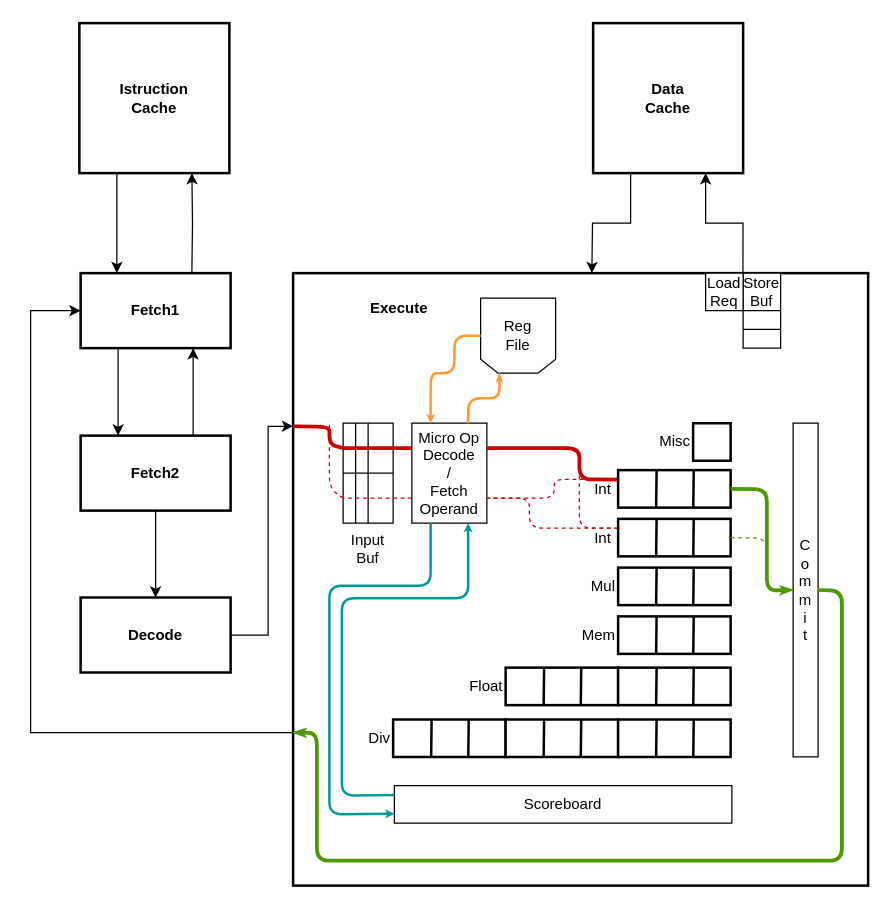
The90Frank/MinorArmAnalyzer keeps this draw.io diagram as Diagrammi/MinorArmBranchOp.drawio. Above is the earlier version. Source tidied: cells renumbered, new cells numbered last; positions are measured from the earlier drawing's top-left corner, leaving out a move shared by most shapes. Both pictures are drawn from the tidied source at 125%, with x=0, y=0 at pixel (30, 22).
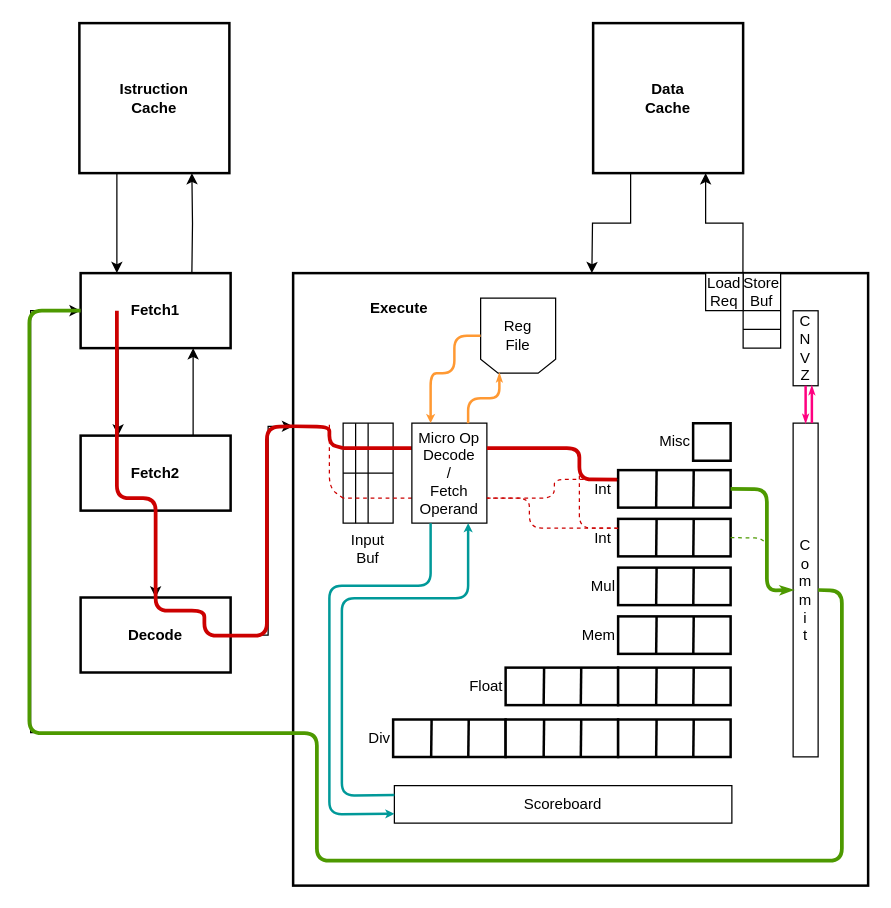
The same page after the edit.

Unchanged cells that the change refers to:
```xml
<mxCell id="3" value="Fetch1" style="rounded=0;whiteSpace=wrap;html=1;fontStyle=1;strokeWidth=2;" parent="1" vertex="1">
  <mxGeometry x="40" y="200" width="120" height="60" as="geometry" />
</mxCell>
<mxCell id="10" value="&amp;nbsp; &amp;nbsp; &amp;nbsp; &amp;nbsp; &amp;nbsp; &lt;br&gt;&amp;nbsp; &amp;nbsp; &amp;nbsp; &amp;nbsp; &amp;nbsp; &amp;nbsp; &amp;nbsp; &amp;nbsp; &amp;nbsp; &lt;b&gt;Execute&lt;/b&gt;" style="rounded=0;whiteSpace=wrap;html=1;verticalAlign=top;labelPosition=center;verticalLabelPosition=middle;align=left;strokeWidth=2;" parent="1" vertex="1">
  <mxGeometry x="210" y="200" width="460" height="490" as="geometry" />
</mxCell>
<mxCell id="11" value="C&lt;br&gt;o&lt;br&gt;m&lt;br&gt;m&lt;br&gt;i&lt;br&gt;t" style="rounded=0;whiteSpace=wrap;html=1;align=center;strokeWidth=1;" parent="1" vertex="1">
  <mxGeometry x="610" y="320" width="20" height="267" as="geometry" />
</mxCell>
```

What changed in the source:
```diff
@@
-    <mxCell id="73" style="endArrow=classicThin;html=1;strokeColor=#4D9900;strokeWidth=3;endFill=1;startSize=4;endSize=1;exitX=1;exitY=0.5;exitDx=0;exitDy=0;entryX=0;entryY=0.75;entryDx=0;entryDy=0;" parent="1" edge="1" source="11" target="10">
+    <mxCell id="73" style="endArrow=none;html=1;strokeColor=#4D9900;strokeWidth=3;endFill=0;startSize=4;endSize=1;exitX=1;exitY=0.5;exitDx=0;exitDy=0;entryX=0;entryY=0.5;entryDx=0;entryDy=0;" parent="1" edge="1" source="11" target="3">
       <mxGeometry relative="1" as="geometry">
         <Array as="points">
           <mxPoint x="649" y="454" />
           <mxPoint x="649" y="670" />
           <mxPoint x="229" y="670" />
           <mxPoint x="229" y="568" />
+          <mxPoint x="-1" y="568" />
+          <mxPoint x="-1" y="230" />
         </Array>
       </mxGeometry>
     </mxCell>
+    <mxCell id="74" value="C&lt;br&gt;N&lt;br&gt;V&lt;br&gt;Z" style="rounded=0;whiteSpace=wrap;html=1;" parent="1" vertex="1">
+      <mxGeometry x="610" y="230.1" width="20" height="60" as="geometry" />
+    </mxCell>
+    <mxCell id="75" style="endArrow=classicThin;html=1;exitX=0.5;exitY=1;exitDx=0;exitDy=0;endFill=1;startSize=3;endSize=1;strokeWidth=2;strokeColor=#FF0080;" parent="1" edge="1" source="74">
+      <mxGeometry relative="1" as="geometry">
+        <mxPoint x="620" y="320" as="targetPoint" />
+      </mxGeometry>
+    </mxCell>
+    <mxCell id="76" style="endArrow=classicThin;html=1;exitX=0.75;exitY=0;exitDx=0;exitDy=0;endFill=1;startSize=3;endSize=1;strokeWidth=2;strokeColor=#FF0080;entryX=0.75;entryY=1;entryDx=0;entryDy=0;" parent="1" edge="1" target="74">
+      <mxGeometry relative="1" as="geometry">
+        <mxPoint x="625" y="320" as="sourcePoint" />
+      </mxGeometry>
+    </mxCell>
+    <mxCell id="77" style="endArrow=none;html=1;strokeColor=#CC0000;strokeWidth=3;entryX=0.242;entryY=0.5;entryDx=0;entryDy=0;entryPerimeter=0;exitX=0;exitY=0.25;exitDx=0;exitDy=0;" parent="1" edge="1">
+      <mxGeometry relative="1" as="geometry">
+        <mxPoint x="210" y="322.5" as="sourcePoint" />
+        <mxPoint x="69" y="230" as="targetPoint" />
+        <Array as="points">
+          <mxPoint x="189" y="323" />
+          <mxPoint x="189" y="490" />
+          <mxPoint x="139" y="490" />
+          <mxPoint x="139" y="470" />
+          <mxPoint x="100" y="470" />
+          <mxPoint x="100" y="380" />
+          <mxPoint x="69" y="380" />
+        </Array>
+      </mxGeometry>
+    </mxCell>
```
